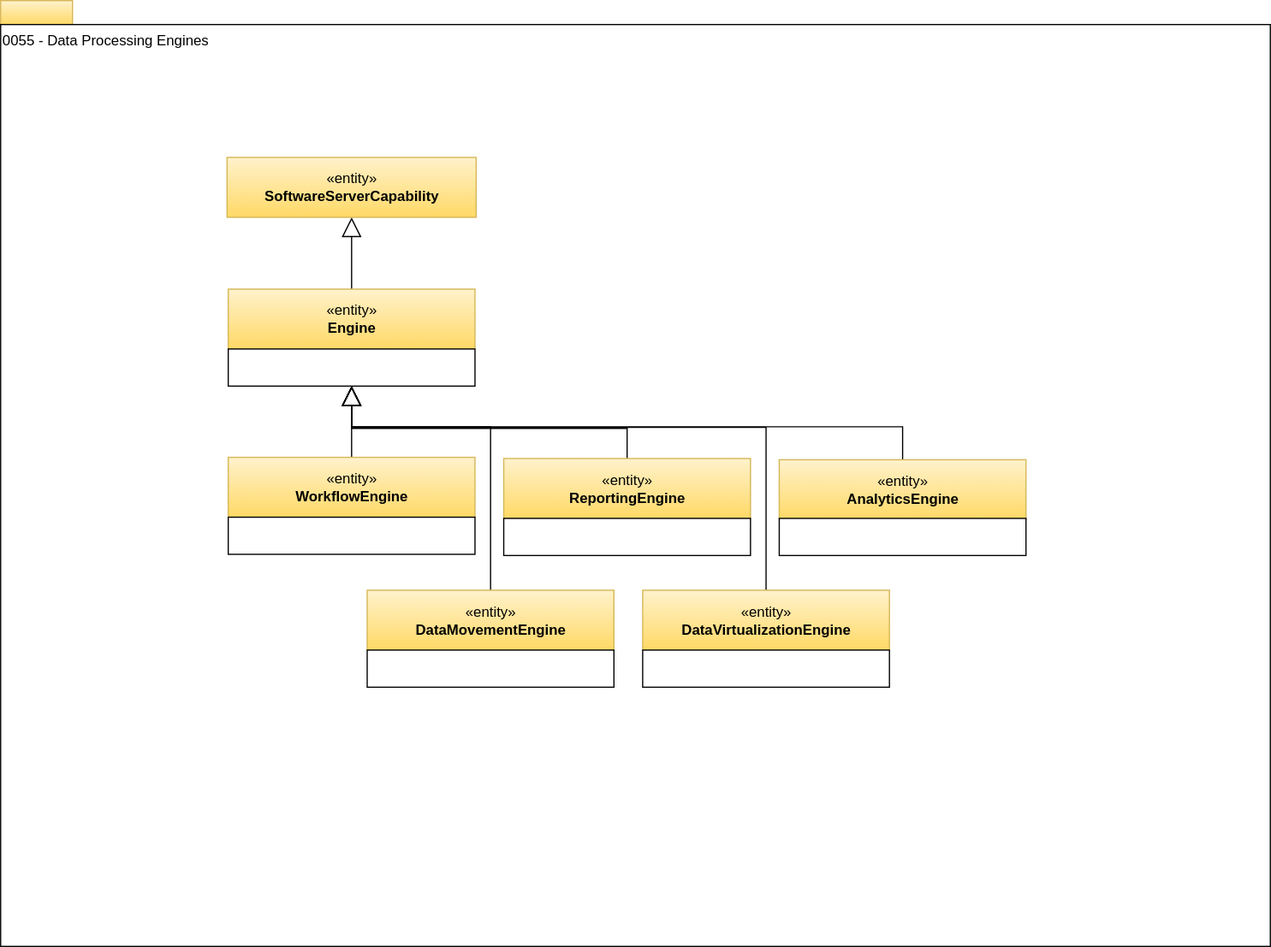
Above: site/docs/types/0/0055-Data-Processing-Engines.svg in odpi/egeria-docs (draw.io), before the change. Source tidied: cells renumbered, new cells last; positions are measured from the earlier drawing's top-left corner, leaving out a move shared by most shapes.
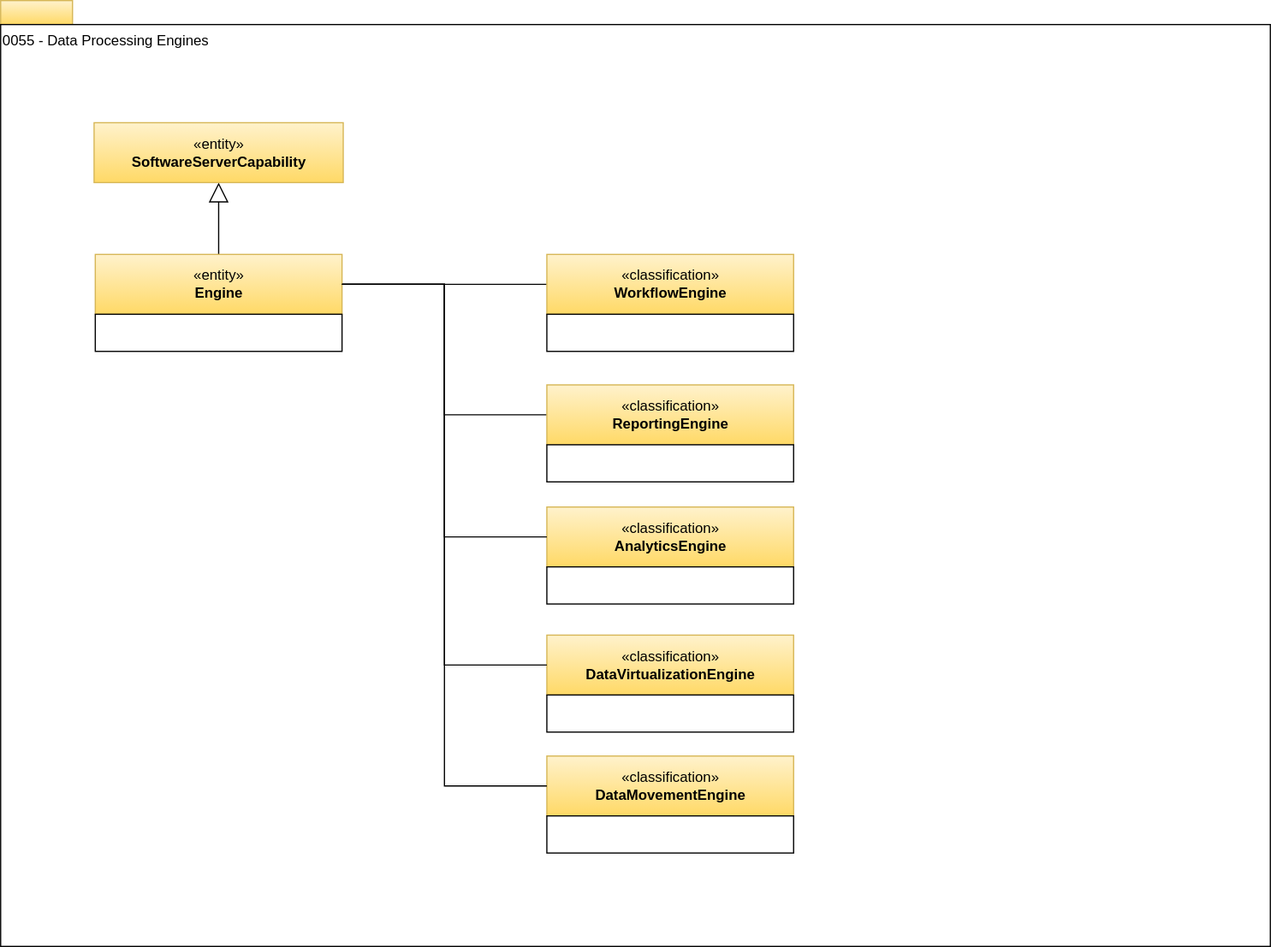
The same file after the commit.

The edit, as a diff of the source:
```diff
@@ -8,77 +8,62 @@
     <mxCell id="3" value="0055 - Data Processing Engines" style="rounded=0;whiteSpace=wrap;html=1;align=left;verticalAlign=top;" parent="1" vertex="1">
       <mxGeometry y="20" width="1060" height="770" as="geometry" />
     </mxCell>
-    <mxCell id="4" style="edgeStyle=orthogonalEdgeStyle;rounded=0;jettySize=auto;html=1;exitX=0.5;exitY=0;exitDx=0;exitDy=0;endArrow=block;endFill=0;endSize=14;" parent="1" edge="1" source="5" target="7">
+    <mxCell id="4" style="edgeStyle=orthogonalEdgeStyle;rounded=0;jettySize=auto;html=1;exitX=0.5;exitY=0;exitDx=0;exitDy=0;endArrow=block;endFill=0;endSize=14;" parent="1" edge="1" source="6" target="8">
       <mxGeometry relative="1" as="geometry" />
     </mxCell>
-    <mxCell id="5" value="«entity»&lt;br&gt;&lt;b&gt;Engine&lt;/b&gt;" style="html=1;strokeColor=#d6b656;align=center;fillColor=#fff2cc;gradientColor=#ffd966;" parent="1" vertex="1">
-      <mxGeometry x="190" y="241" width="206" height="50" as="geometry" />
+    <mxCell id="5" style="edgeStyle=orthogonalEdgeStyle;rounded=0;jettySize=auto;html=1;exitX=1;exitY=0.5;exitDx=0;exitDy=0;entryX=0;entryY=0.5;entryDx=0;entryDy=0;endArrow=none;endFill=0;" parent="1" edge="1" source="6" target="12">
+      <mxGeometry relative="1" as="geometry" />
     </mxCell>
-    <mxCell id="6" style="rounded=0;whiteSpace=wrap;html=1;strokeColor=#000000;gradientColor=#ffffff;align=center;" parent="1" vertex="1">
-      <mxGeometry x="190" y="291" width="206" height="31" as="geometry" />
+    <mxCell id="6" value="«entity»&lt;br&gt;&lt;b&gt;Engine&lt;/b&gt;" style="html=1;strokeColor=#d6b656;align=center;fillColor=#fff2cc;gradientColor=#ffd966;" parent="1" vertex="1">
+      <mxGeometry x="79" y="212" width="206" height="50" as="geometry" />
     </mxCell>
-    <mxCell id="7" value="«entity»&lt;br&gt;&lt;b&gt;SoftwareServerCapability&lt;/b&gt;" style="html=1;strokeColor=#d6b656;align=center;fillColor=#fff2cc;gradientColor=#ffd966;" parent="1" vertex="1">
-      <mxGeometry x="189" y="131" width="208" height="50" as="geometry" />
+    <mxCell id="7" style="rounded=0;whiteSpace=wrap;html=1;strokeColor=#000000;gradientColor=#ffffff;align=center;" parent="1" vertex="1">
+      <mxGeometry x="79" y="262" width="206" height="31" as="geometry" />
     </mxCell>
-    <mxCell id="8" style="edgeStyle=orthogonalEdgeStyle;rounded=0;jettySize=auto;html=1;exitX=0.5;exitY=0;exitDx=0;exitDy=0;endArrow=block;endFill=0;endSize=14;" parent="1" edge="1" source="9" target="6">
-      <mxGeometry relative="1" as="geometry" />
+    <mxCell id="8" value="«entity»&lt;br&gt;&lt;b&gt;SoftwareServerCapability&lt;/b&gt;" style="html=1;strokeColor=#d6b656;align=center;fillColor=#fff2cc;gradientColor=#ffd966;" parent="1" vertex="1">
+      <mxGeometry x="78" y="102" width="208" height="50" as="geometry" />
     </mxCell>
-    <mxCell id="9" value="«entity»&lt;br&gt;&lt;b&gt;WorkflowEngine&lt;/b&gt;" style="html=1;strokeColor=#d6b656;align=center;fillColor=#fff2cc;gradientColor=#ffd966;" parent="1" vertex="1">
-      <mxGeometry x="190" y="381.5" width="206" height="50" as="geometry" />
+    <mxCell id="9" style="edgeStyle=orthogonalEdgeStyle;rounded=0;jettySize=auto;html=1;exitX=0;exitY=0.5;exitDx=0;exitDy=0;entryX=1;entryY=0.5;entryDx=0;entryDy=0;endArrow=none;endFill=0;" parent="1" edge="1" source="10" target="6">
+      <mxGeometry relative="1" as="geometry" />
     </mxCell>
-    <mxCell id="10" style="rounded=0;whiteSpace=wrap;html=1;strokeColor=#000000;gradientColor=#ffffff;align=center;" parent="1" vertex="1">
-      <mxGeometry x="190" y="431.5" width="206" height="31" as="geometry" />
+    <mxCell id="10" value="«classification»&lt;br&gt;&lt;b&gt;WorkflowEngine&lt;/b&gt;" style="html=1;strokeColor=#d6b656;align=center;fillColor=#fff2cc;gradientColor=#ffd966;" parent="1" vertex="1">
+      <mxGeometry x="456" y="212" width="206" height="50" as="geometry" />
     </mxCell>
-    <mxCell id="11" style="edgeStyle=orthogonalEdgeStyle;rounded=0;jettySize=auto;html=1;exitX=0.5;exitY=0;exitDx=0;exitDy=0;endArrow=block;endFill=0;endSize=14;" parent="1" edge="1" source="12" target="6">
-      <mxGeometry relative="1" as="geometry" />
+    <mxCell id="11" style="rounded=0;whiteSpace=wrap;html=1;strokeColor=#000000;gradientColor=#ffffff;align=center;" parent="1" vertex="1">
+      <mxGeometry x="456" y="262" width="206" height="31" as="geometry" />
     </mxCell>
-    <mxCell id="12" value="«entity»&lt;br&gt;&lt;b&gt;ReportingEngine&lt;/b&gt;" style="html=1;strokeColor=#d6b656;align=center;fillColor=#fff2cc;gradientColor=#ffd966;" parent="1" vertex="1">
-      <mxGeometry x="420" y="382.5" width="206" height="50" as="geometry" />
+    <mxCell id="12" value="«classification»&lt;br&gt;&lt;b&gt;ReportingEngine&lt;/b&gt;" style="html=1;strokeColor=#d6b656;align=center;fillColor=#fff2cc;gradientColor=#ffd966;" parent="1" vertex="1">
+      <mxGeometry x="456" y="321" width="206" height="50" as="geometry" />
     </mxCell>
     <mxCell id="13" style="rounded=0;whiteSpace=wrap;html=1;strokeColor=#000000;gradientColor=#ffffff;align=center;" parent="1" vertex="1">
-      <mxGeometry x="420" y="432.5" width="206" height="31" as="geometry" />
+      <mxGeometry x="456" y="371" width="206" height="31" as="geometry" />
     </mxCell>
-    <mxCell id="14" style="edgeStyle=orthogonalEdgeStyle;rounded=0;jettySize=auto;html=1;exitX=0.5;exitY=0;exitDx=0;exitDy=0;endArrow=block;endFill=0;endSize=14;" parent="1" edge="1" source="15" target="6">
-      <mxGeometry relative="1" as="geometry">
-        <Array as="points">
-          <mxPoint x="753" y="356" />
-          <mxPoint x="293" y="356" />
-        </Array>
-      </mxGeometry>
+    <mxCell id="14" value="«classification»&lt;br&gt;&lt;b&gt;AnalyticsEngine&lt;/b&gt;" style="html=1;strokeColor=#d6b656;align=center;fillColor=#fff2cc;gradientColor=#ffd966;" parent="1" vertex="1">
+      <mxGeometry x="456" y="423" width="206" height="50" as="geometry" />
     </mxCell>
-    <mxCell id="15" value="«entity»&lt;br&gt;&lt;b&gt;AnalyticsEngine&lt;/b&gt;" style="html=1;strokeColor=#d6b656;align=center;fillColor=#fff2cc;gradientColor=#ffd966;" parent="1" vertex="1">
-      <mxGeometry x="650" y="383.5" width="206" height="50" as="geometry" />
+    <mxCell id="15" style="rounded=0;whiteSpace=wrap;html=1;strokeColor=#000000;gradientColor=#ffffff;align=center;" parent="1" vertex="1">
+      <mxGeometry x="456" y="473" width="206" height="31" as="geometry" />
     </mxCell>
-    <mxCell id="16" style="rounded=0;whiteSpace=wrap;html=1;strokeColor=#000000;gradientColor=#ffffff;align=center;" parent="1" vertex="1">
-      <mxGeometry x="650" y="432.5" width="206" height="31" as="geometry" />
+    <mxCell id="16" value="«classification»&lt;br&gt;&lt;b&gt;DataVirtualizationEngine&lt;/b&gt;" style="html=1;strokeColor=#d6b656;align=center;fillColor=#fff2cc;gradientColor=#ffd966;" parent="1" vertex="1">
+      <mxGeometry x="456" y="530" width="206" height="50" as="geometry" />
     </mxCell>
-    <mxCell id="17" style="edgeStyle=orthogonalEdgeStyle;rounded=0;jettySize=auto;html=1;exitX=0.5;exitY=0;exitDx=0;exitDy=0;endArrow=block;endFill=0;endSize=14;" parent="1" edge="1" source="18" target="6">
-      <mxGeometry relative="1" as="geometry">
-        <Array as="points">
-          <mxPoint x="639" y="356.5" />
-          <mxPoint x="293" y="356.5" />
-        </Array>
-      </mxGeometry>
+    <mxCell id="17" style="rounded=0;whiteSpace=wrap;html=1;strokeColor=#000000;gradientColor=#ffffff;align=center;" parent="1" vertex="1">
+      <mxGeometry x="456" y="580" width="206" height="31" as="geometry" />
     </mxCell>
-    <mxCell id="18" value="«entity»&lt;br&gt;&lt;b&gt;DataVirtualizationEngine&lt;/b&gt;" style="html=1;strokeColor=#d6b656;align=center;fillColor=#fff2cc;gradientColor=#ffd966;" parent="1" vertex="1">
-      <mxGeometry x="536" y="492.5" width="206" height="50" as="geometry" />
+    <mxCell id="18" value="«classification»&lt;br&gt;&lt;b&gt;DataMovementEngine&lt;/b&gt;" style="html=1;strokeColor=#d6b656;align=center;fillColor=#fff2cc;gradientColor=#ffd966;" parent="1" vertex="1">
+      <mxGeometry x="456" y="631" width="206" height="50" as="geometry" />
     </mxCell>
     <mxCell id="19" style="rounded=0;whiteSpace=wrap;html=1;strokeColor=#000000;gradientColor=#ffffff;align=center;" parent="1" vertex="1">
-      <mxGeometry x="536" y="542.5" width="206" height="31" as="geometry" />
+      <mxGeometry x="456" y="681" width="206" height="31" as="geometry" />
     </mxCell>
-    <mxCell id="20" style="edgeStyle=orthogonalEdgeStyle;rounded=0;jettySize=auto;html=1;exitX=0.5;exitY=0;exitDx=0;exitDy=0;endArrow=block;endFill=0;endSize=14;" parent="1" edge="1" source="21" target="6">
-      <mxGeometry relative="1" as="geometry">
-        <Array as="points">
-          <mxPoint x="409" y="356" />
-          <mxPoint x="293" y="356" />
-        </Array>
-      </mxGeometry>
+    <mxCell id="20" style="edgeStyle=orthogonalEdgeStyle;rounded=0;jettySize=auto;html=1;exitX=1;exitY=0.5;exitDx=0;exitDy=0;entryX=0;entryY=0.5;entryDx=0;entryDy=0;endArrow=none;endFill=0;" parent="1" edge="1" source="6" target="14">
+      <mxGeometry relative="1" as="geometry" />
     </mxCell>
-    <mxCell id="21" value="«entity»&lt;br&gt;&lt;b&gt;DataMovementEngine&lt;/b&gt;" style="html=1;strokeColor=#d6b656;align=center;fillColor=#fff2cc;gradientColor=#ffd966;" parent="1" vertex="1">
-      <mxGeometry x="306" y="492.5" width="206" height="50" as="geometry" />
+    <mxCell id="21" style="edgeStyle=orthogonalEdgeStyle;rounded=0;jettySize=auto;html=1;exitX=1;exitY=0.5;exitDx=0;exitDy=0;entryX=0;entryY=0.5;entryDx=0;entryDy=0;endArrow=none;endFill=0;" parent="1" edge="1" source="6" target="16">
+      <mxGeometry relative="1" as="geometry" />
     </mxCell>
-    <mxCell id="22" style="rounded=0;whiteSpace=wrap;html=1;strokeColor=#000000;gradientColor=#ffffff;align=center;" parent="1" vertex="1">
-      <mxGeometry x="306" y="542.5" width="206" height="31" as="geometry" />
+    <mxCell id="22" style="edgeStyle=orthogonalEdgeStyle;rounded=0;jettySize=auto;html=1;exitX=1;exitY=0.5;exitDx=0;exitDy=0;entryX=0;entryY=0.5;entryDx=0;entryDy=0;endArrow=none;endFill=0;" parent="1" edge="1" source="6" target="18">
+      <mxGeometry relative="1" as="geometry" />
     </mxCell>
   </root>
 </mxGraphModel>
```
